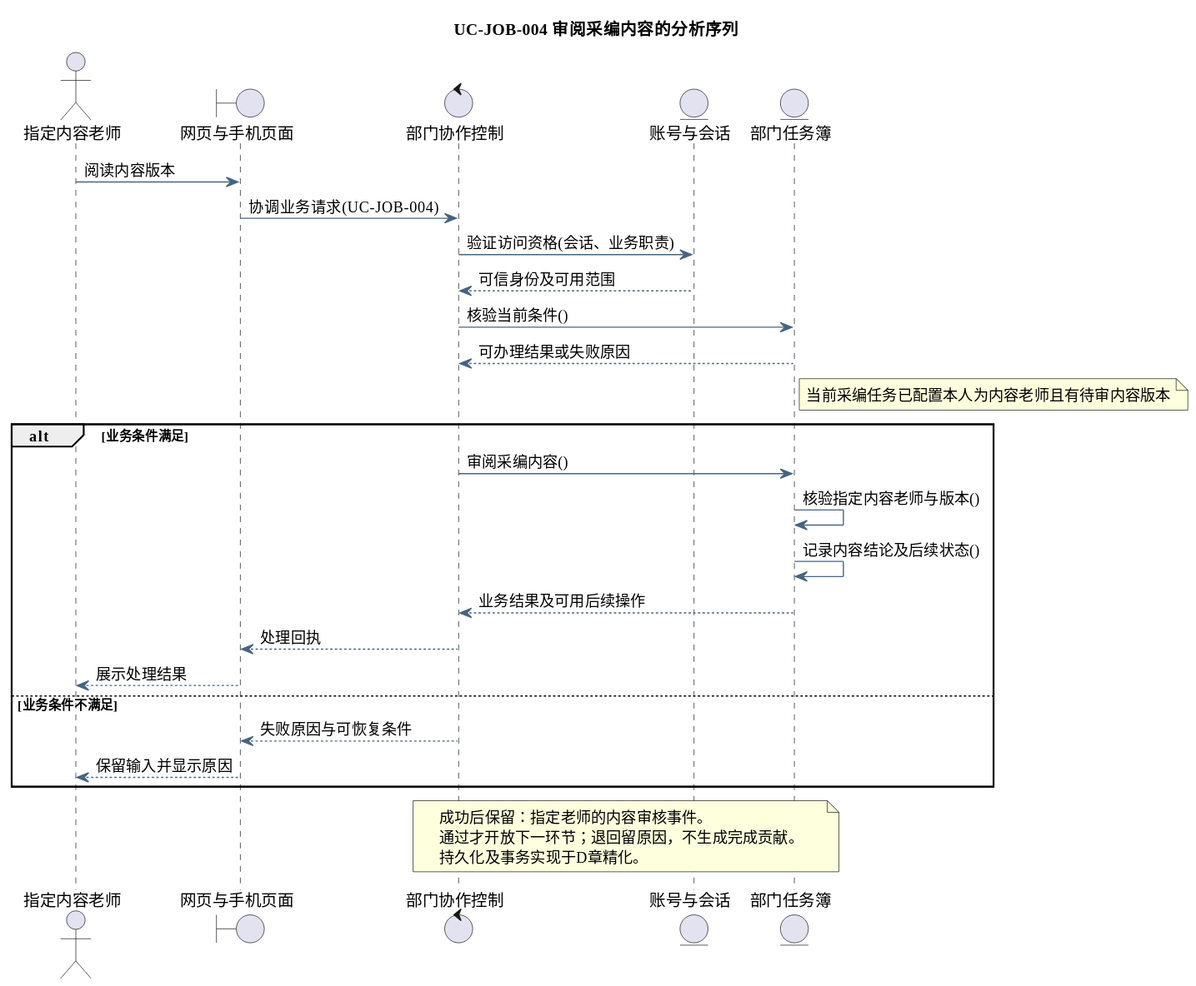
The PlantUML diagram docs/diagrams/analysis/seq-uc-job-004.svg in tccc1csu/miniprogram-csu, before a commit.
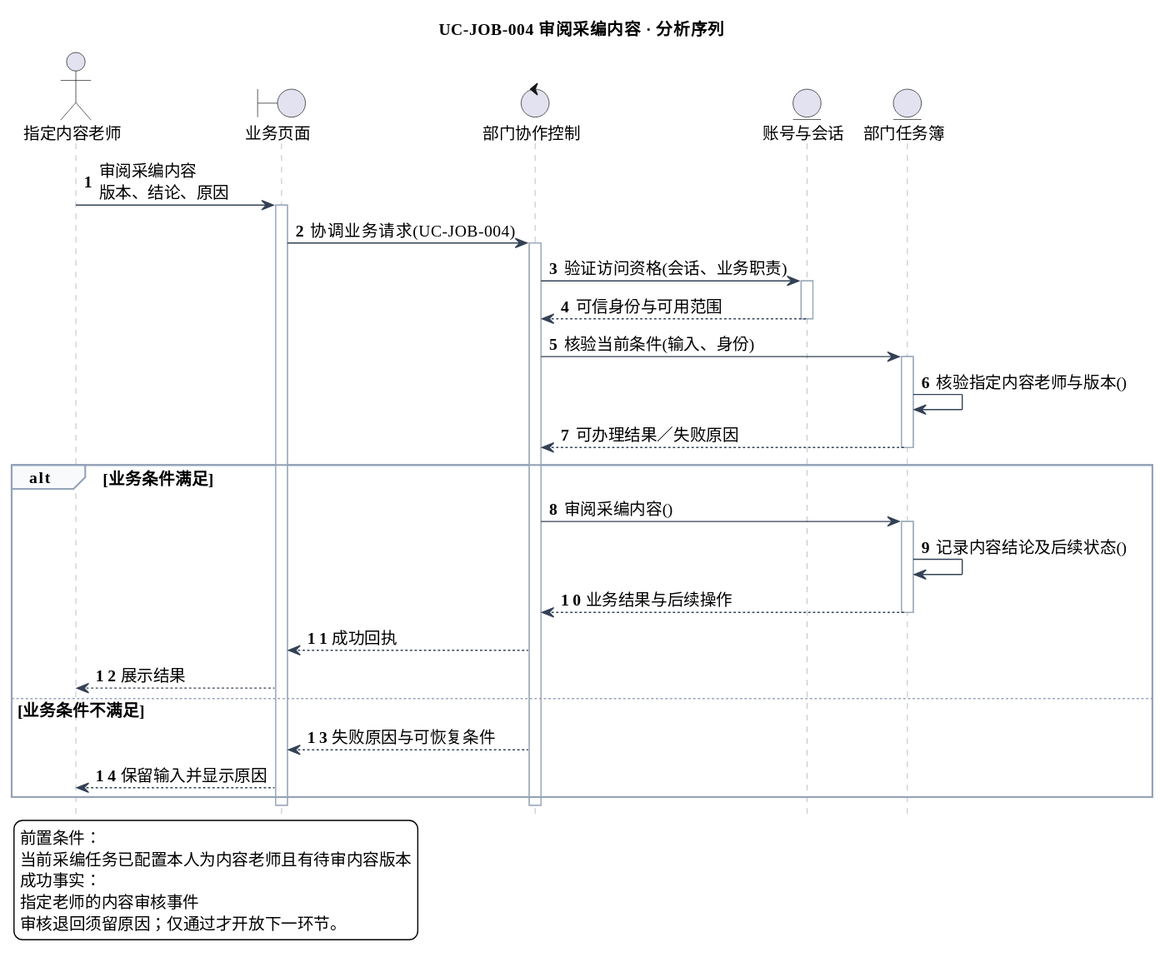
Above is the later version.

The edit, as a diff of the source:
```diff
@@ -5,35 +5,53 @@
 skinparam ArrowColor #466482
 skinparam classAttributeIconSize 0
 hide empty members
-title UC-JOB-004 审阅采编内容的分析序列
+skinparam defaultFontSize 14
+skinparam sequenceLifeLineBorderColor #9AA8B8
+skinparam sequenceArrowColor #334155
+skinparam sequenceGroupBorderColor #94A3B8
+skinparam sequenceGroupBackgroundColor #F8FAFC
+skinparam sequenceParticipantPadding 18
+skinparam maxMessageSize 240
+hide footbox
+autonumber
+title UC-JOB-004 审阅采编内容 · 分析序列
 actor "指定内容老师" as actor
-boundary "网页与手机页面" as page
+boundary "业务页面" as page
 control "部门协作控制" as ctl
 entity "账号与会话" as identity
 entity "部门任务簿" as model
-actor -> page : 阅读内容版本
+actor -> page : 审阅采编内容\n版本、结论、原因
+activate page
 page -> ctl : 协调业务请求(UC-JOB-004)
+activate ctl
 ctl -> identity : 验证访问资格(会话、业务职责)
-identity --> ctl : 可信身份及可用范围
-ctl -> model : 核验当前条件()
-model --> ctl : 可办理结果或失败原因
-note right of model
-当前采编任务已配置本人为内容老师且有待审内容版本
-end note
+activate identity
+identity --> ctl : 可信身份与可用范围
+deactivate identity
+ctl -> model : 核验当前条件(输入、身份)
+activate model
+model -> model : 核验指定内容老师与版本()
+model --> ctl : 可办理结果／失败原因
+deactivate model
 alt 业务条件满足
 ctl -> model : 审阅采编内容()
-model -> model : 核验指定内容老师与版本()
+activate model
 model -> model : 记录内容结论及后续状态()
-model --> ctl : 业务结果及可用后续操作
-ctl --> page : 处理回执
-page --> actor : 展示处理结果
+model --> ctl : 业务结果与后续操作
+deactivate model
+ctl --> page : 成功回执
+page --> actor : 展示结果
 else 业务条件不满足
 ctl --> page : 失败原因与可恢复条件
 page --> actor : 保留输入并显示原因
 end
-note over ctl,model
-成功后保留：指定老师的内容审核事件。
-通过才开放下一环节；退回留原因，不生成完成贡献。
-持久化及事务实现于D章精化。
-end note
+deactivate ctl
+deactivate page
+legend bottom left
+前置条件：
+当前采编任务已配置本人为内容老师且有待审内容版本
+成功事实：
+指定老师的内容审核事件
+审核退回须留原因；仅通过才开放下一环节。
+endlegend
 @enduml
```
